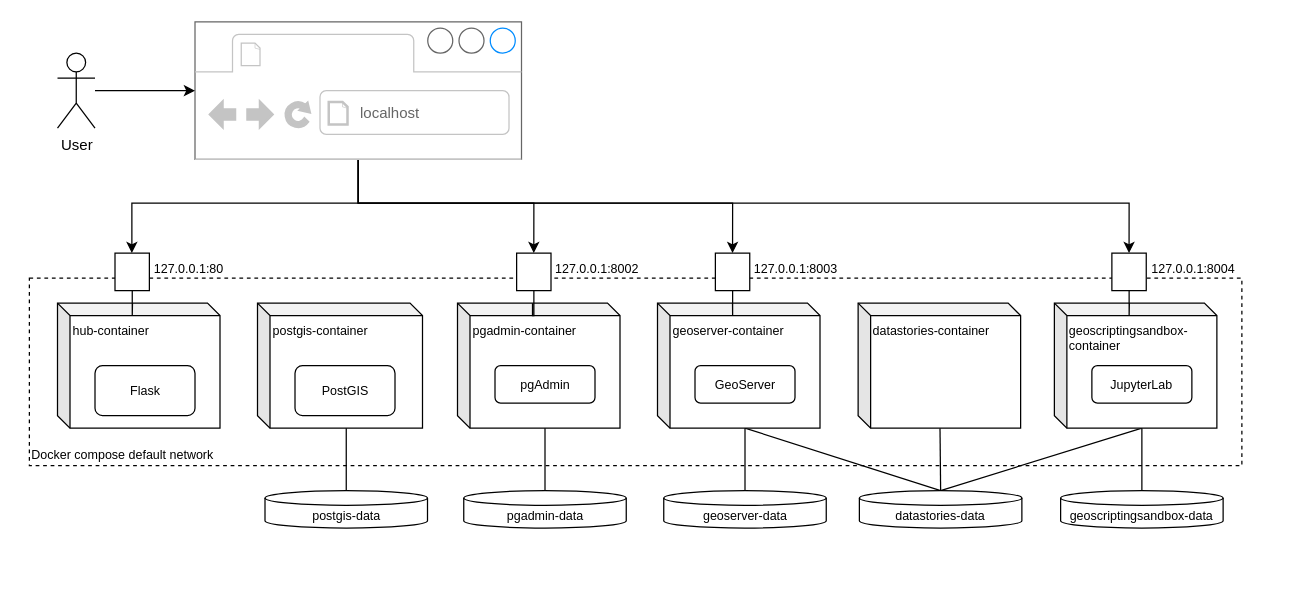
Above: thesis/img/composeSetup.drawio in folinimarc/os_gis_sandbox (draw.io), before the change. Source tidied: cells renumbered, new cells numbered last; positions are measured from the earlier drawing's top-left corner, leaving out a move shared by most shapes. Both pictures are drawn from the tidied source at 125%, with x=0, y=0 at pixel (29, 21).
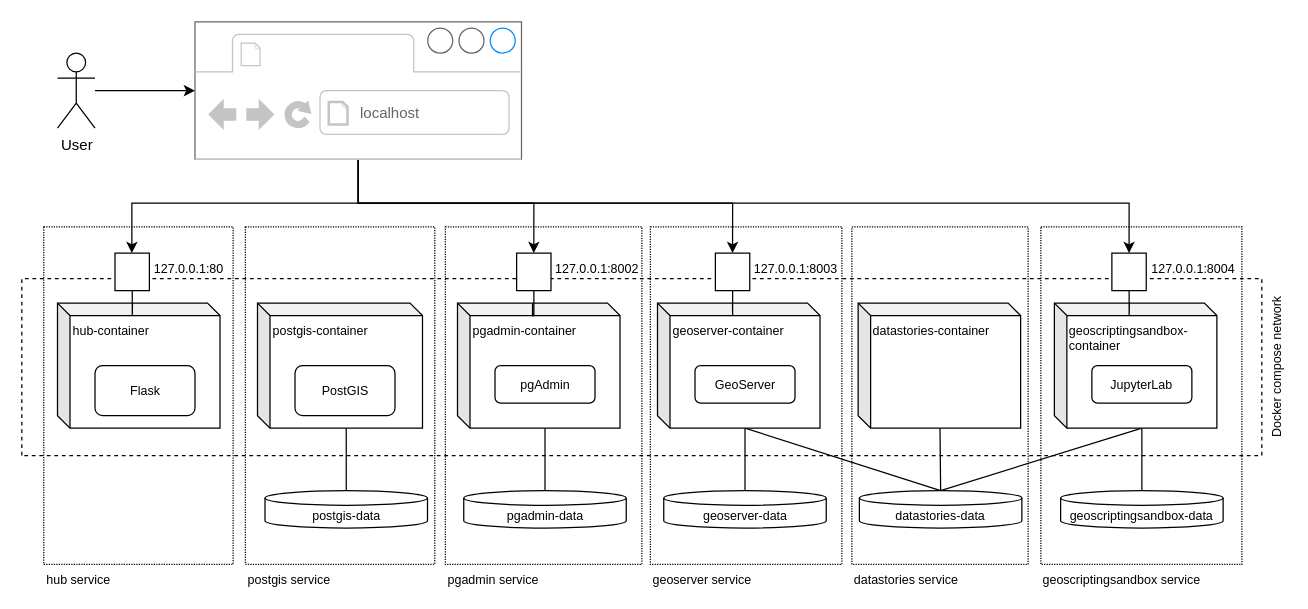
The same diagram, later.

Diff of the diagram source:
```diff
@@
-    <mxCell id="2" value="Docker compose default network" style="rounded=0;whiteSpace=wrap;html=1;fontSize=10;fillColor=none;dashed=1;align=left;verticalAlign=bottom;" parent="1" vertex="1">
-      <mxGeometry y="205" width="970" height="150" as="geometry" />
-    </mxCell>
+    <mxCell id="42" value="Docker compose network" style="rounded=0;whiteSpace=wrap;html=1;fontSize=10;fillColor=none;align=center;verticalAlign=top;labelPosition=center;verticalLabelPosition=bottom;horizontal=1;rotation=-90;dashed=1;" parent="1" vertex="1">
+      <mxGeometry x="419.2" y="-219.8" width="141.5" height="992" as="geometry" />
+    </mxCell>
@@
+    <mxCell id="43" value="hub service" style="rounded=0;whiteSpace=wrap;html=1;fontSize=10;fillColor=none;align=left;verticalAlign=top;labelPosition=center;verticalLabelPosition=bottom;dashed=1;dashPattern=1 1;" parent="1" vertex="1">
+      <mxGeometry x="11.5" y="164" width="151.5" height="270" as="geometry" />
+    </mxCell>
+    <mxCell id="44" value="postgis service" style="rounded=0;whiteSpace=wrap;html=1;fontSize=10;fillColor=none;align=left;verticalAlign=top;labelPosition=center;verticalLabelPosition=bottom;dashed=1;dashPattern=1 1;" parent="1" vertex="1">
+      <mxGeometry x="172.8" y="164" width="151.5" height="270" as="geometry" />
+    </mxCell>
+    <mxCell id="45" value="pgadmin service" style="rounded=0;whiteSpace=wrap;html=1;fontSize=10;fillColor=none;align=left;verticalAlign=top;labelPosition=center;verticalLabelPosition=bottom;dashed=1;dashPattern=1 1;" parent="1" vertex="1">
+      <mxGeometry x="332.8" y="164" width="157.2" height="270" as="geometry" />
+    </mxCell>
+    <mxCell id="46" value="geoserver service" style="rounded=0;whiteSpace=wrap;html=1;fontSize=10;fillColor=none;align=left;verticalAlign=top;labelPosition=center;verticalLabelPosition=bottom;dashed=1;dashPattern=1 1;" parent="1" vertex="1">
+      <mxGeometry x="496.8" y="164" width="153.2" height="270" as="geometry" />
+    </mxCell>
+    <mxCell id="47" value="datastories service" style="rounded=0;whiteSpace=wrap;html=1;fontSize=10;fillColor=none;align=left;verticalAlign=top;labelPosition=center;verticalLabelPosition=bottom;dashed=1;dashPattern=1 1;" parent="1" vertex="1">
+      <mxGeometry x="658" y="164" width="141" height="270" as="geometry" />
+    </mxCell>
+    <mxCell id="48" value="geoscriptingsandbox service" style="rounded=0;whiteSpace=wrap;html=1;fontSize=10;fillColor=none;align=left;verticalAlign=top;labelPosition=center;verticalLabelPosition=bottom;dashed=1;dashPattern=1 1;" parent="1" vertex="1">
+      <mxGeometry x="809.2" y="164" width="160.8" height="270" as="geometry" />
+    </mxCell>
```
